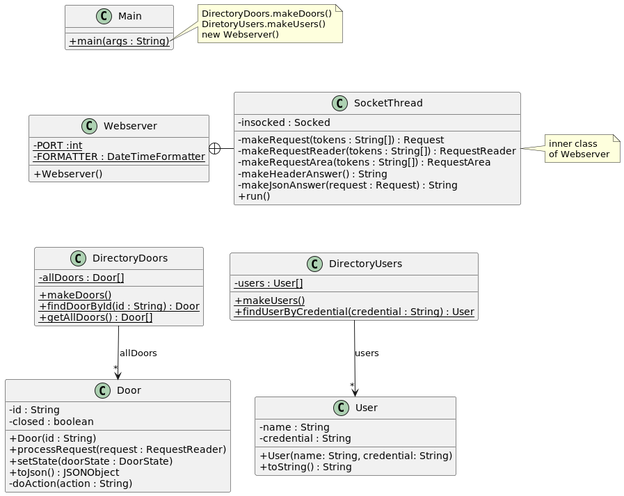
This is acs_students-master/src/baseNoStates/uml/base_no_states.png from marinamceb/PLABDS_Grup24_ACS, a PlantUML export, as it was before one commit. Its source is kept beside it as acs_students-master/src/baseNoStates/uml/base_no_states.puml. Its diagram source:
```plantuml
@startuml
skinparam classAttributeIconSize 0

class Webserver {
- {static} PORT :int
- {static} FORMATTER : DateTimeFormatter
+ Webserver()
}

class SocketThread {
- insocked : Socked
- makeRequest(tokens : String[]) : Request
- makeRequestReader(tokens : String[]) : RequestReader
- makeRequestArea(tokens : String[]) : RequestArea
- makeHeaderAnswer() : String
- makeJsonAnswer(request : Request) : String
+ run()
}

Webserver +-right- SocketThread

note right of SocketThread
inner class
of Webserver
end note

class DirectoryDoors {
- {static} allDoors : Door[]
+ {static} makeDoors()
+ {static} findDoorById(id : String) : Door
+ {static} getAllDoors() : Door[]
}

DirectoryDoors --> "*" Door : "allDoors"

class DirectoryUsers {
- {static} users : User[]
+ {static} makeUsers()
+ {static} findUserByCredential(credential : String) : User
}

DirectoryUsers --> "*" User : "users"

class Door {
- id : String
- closed : boolean
+ Door(id : String)
+ processRequest(request : RequestReader)
+ setState(doorState : DoorState)
+ toJson() : JSONObject
- doAction(action : String)
}


class User {
- name : String
- credential : String
+ User(name: String, credential: String)
+ toString() : String
}


class Main {
+ {static} main(args : String)
}

note right of Main::main
DirectoryDoors.makeDoors()
DiretoryUsers.makeUsers()
new Webserver()
end note

Main -[hidden]down- Webserver
Webserver -[hidden]down- DirectoryDoors
DirectoryDoors -[hidden]right- DirectoryUsers
@enduml
```
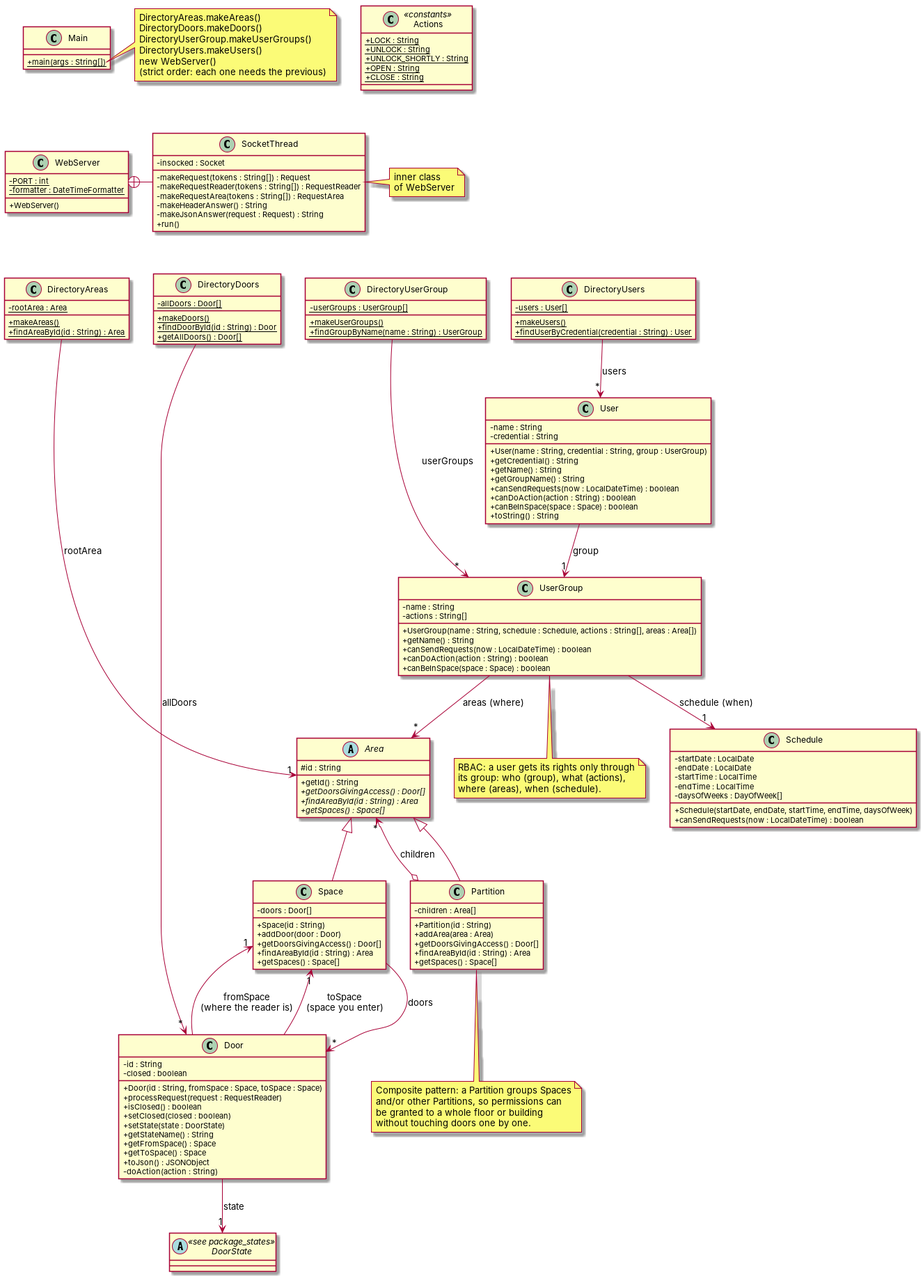
The same diagram one commit later.

Commit message:
nous uml

The edit, as a diff of the source:
```diff
@@ -1,14 +1,27 @@
 @startuml
 skinparam classAttributeIconSize 0
 
-class Webserver {
-- {static} PORT :int
-- {static} FORMATTER : DateTimeFormatter
-+ Webserver()
+class Main {
++ {static} main(args : String[])
+}
+
+note right of Main::main
+DirectoryAreas.makeAreas()
+DirectoryDoors.makeDoors()
+DirectoryUserGroup.makeUserGroups()
+DirectoryUsers.makeUsers()
+new WebServer()
+(strict order: each one needs the previous)
+end note
+
+class WebServer {
+- {static} PORT : int
+- {static} formatter : DateTimeFormatter
++ WebServer()
 }
 
 class SocketThread {
-- insocked : Socked
+- insocked : Socket
 - makeRequest(tokens : String[]) : Request
 - makeRequestReader(tokens : String[]) : RequestReader
 - makeRequestArea(tokens : String[]) : RequestArea
@@ -17,12 +30,18 @@
 + run()
 }
 
-Webserver +-right- SocketThread
+WebServer +-right- SocketThread
 
 note right of SocketThread
 inner class
-of Webserver
+of WebServer
 end note
+
+class DirectoryAreas {
+- {static} rootArea : Area
++ {static} makeAreas()
++ {static} findAreaById(id : String) : Area
+}
 
 class DirectoryDoors {
 - {static} allDoors : Door[]
@@ -31,7 +50,11 @@
 + {static} getAllDoors() : Door[]
 }
 
-DirectoryDoors --> "*" Door : "allDoors"
+class DirectoryUserGroup {
+- {static} userGroups : UserGroup[]
++ {static} makeUserGroups()
++ {static} findGroupByName(name : String) : UserGroup
+}
 
 class DirectoryUsers {
 - {static} users : User[]
@@ -39,38 +62,122 @@
 + {static} findUserByCredential(credential : String) : User
 }
 
+DirectoryAreas --> "1" Area : "rootArea"
+DirectoryDoors --> "*" Door : "allDoors"
+DirectoryUserGroup --> "*" UserGroup : "userGroups"
 DirectoryUsers --> "*" User : "users"
+
+abstract class Area {
+# id : String
++ getId() : String
++ {abstract} getDoorsGivingAccess() : Door[]
++ {abstract} findAreaById(id : String) : Area
++ {abstract} getSpaces() : Space[]
+}
+
+class Partition extends Area {
+- children : Area[]
++ Partition(id : String)
++ addArea(area : Area)
++ getDoorsGivingAccess() : Door[]
++ findAreaById(id : String) : Area
++ getSpaces() : Space[]
+}
+
+class Space extends Area {
+- doors : Door[]
++ Space(id : String)
++ addDoor(door : Door)
++ getDoorsGivingAccess() : Door[]
++ findAreaById(id : String) : Area
++ getSpaces() : Space[]
+}
+
+Partition o--> "*" Area : "children"
+Space --> "*" Door : "doors"
+
+note bottom of Partition
+Composite pattern: a Partition groups Spaces
+and/or other Partitions, so permissions can
+be granted to a whole floor or building
+without touching doors one by one.
+end note
 
 class Door {
 - id : String
 - closed : boolean
-+ Door(id : String)
++ Door(id : String, fromSpace : Space, toSpace : Space)
 + processRequest(request : RequestReader)
-+ setState(doorState : DoorState)
++ isClosed() : boolean
++ setClosed(closed : boolean)
++ setState(state : DoorState)
++ getStateName() : String
++ getFromSpace() : Space
++ getToSpace() : Space
 + toJson() : JSONObject
 - doAction(action : String)
 }
 
+Door --> "1" DoorState : "state"
+Door --> "1" Space : "fromSpace\n(where the reader is)"
+Door --> "1" Space : "toSpace\n(space you enter)"
+
+abstract class DoorState <<see package_states>>
 
 class User {
 - name : String
 - credential : String
-+ User(name: String, credential: String)
++ User(name : String, credential : String, group : UserGroup)
++ getCredential() : String
++ getName() : String
++ getGroupName() : String
++ canSendRequests(now : LocalDateTime) : boolean
++ canDoAction(action : String) : boolean
++ canBeInSpace(space : Space) : boolean
 + toString() : String
 }
 
-
-class Main {
-+ {static} main(args : String)
+class UserGroup {
+- name : String
+- actions : String[]
++ UserGroup(name : String, schedule : Schedule, actions : String[], areas : Area[])
++ getName() : String
++ canSendRequests(now : LocalDateTime) : boolean
++ canDoAction(action : String) : boolean
++ canBeInSpace(space : Space) : boolean
 }
 
-note right of Main::main
-DirectoryDoors.makeDoors()
-DiretoryUsers.makeUsers()
-new Webserver()
+class Schedule {
+- startDate : LocalDate
+- endDate : LocalDate
+- startTime : LocalTime
+- endTime : LocalTime
+- daysOfWeeks : DayOfWeek[]
++ Schedule(startDate, endDate, startTime, endTime, daysOfWeek)
++ canSendRequests(now : LocalDateTime) : boolean
+}
+
+class Actions <<constants>> {
++ {static} LOCK : String
++ {static} UNLOCK : String
++ {static} UNLOCK_SHORTLY : String
++ {static} OPEN : String
++ {static} CLOSE : String
+}
+
+User --> "1" UserGroup : "group"
+UserGroup --> "1" Schedule : "schedule (when)"
+UserGroup --> "*" Area : "areas (where)"
+
+note bottom of UserGroup
+RBAC: a user gets its rights only through
+its group: who (group), what (actions),
+where (areas), when (schedule).
 end note
 
-Main -[hidden]down- Webserver
-Webserver -[hidden]down- DirectoryDoors
-DirectoryDoors -[hidden]right- DirectoryUsers
+Main -[hidden]down- WebServer
+WebServer -[hidden]down- DirectoryAreas
+DirectoryAreas -[hidden]right- DirectoryDoors
+DirectoryDoors -[hidden]right- DirectoryUserGroup
+DirectoryUserGroup -[hidden]right- DirectoryUsers
 @enduml
```
